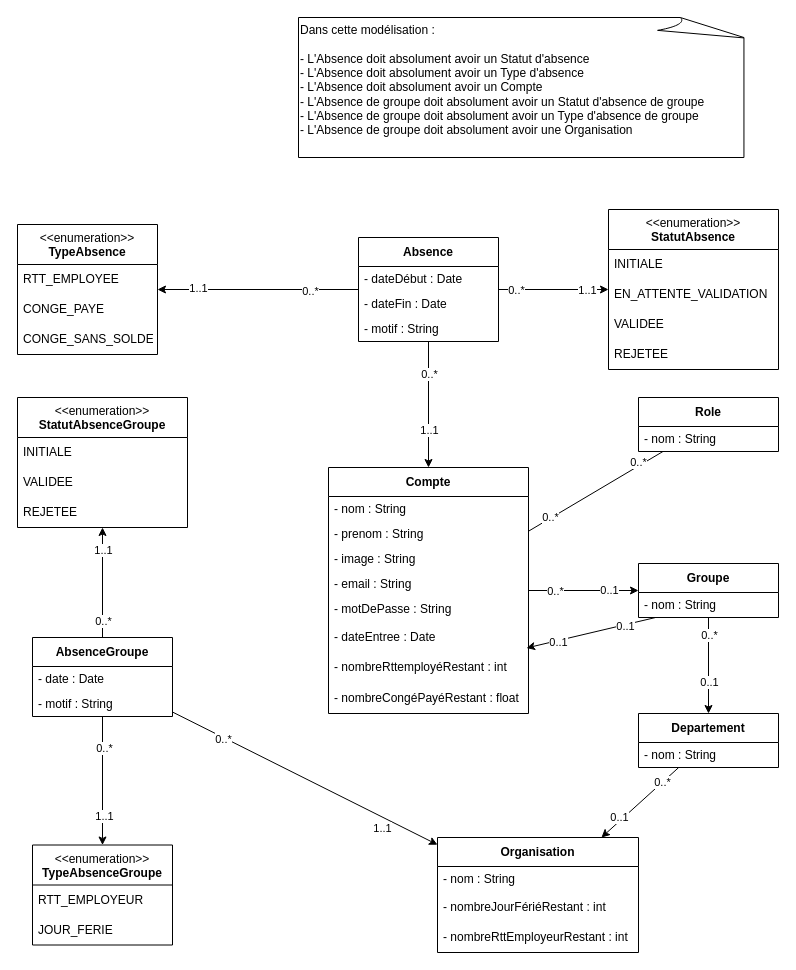
Earlier version of the draw.io diagram Documentation/UML/[Analyse] Diagramme de classes.drawio (otmaneboujlam/RespireV2). Source tidied: cells renumbered, new cells numbered last; positions are measured from the earlier drawing's top-left corner, leaving out a move shared by most shapes. Both pictures are drawn from the tidied source at 100%, with x=0, y=0 at pixel (17, 17).
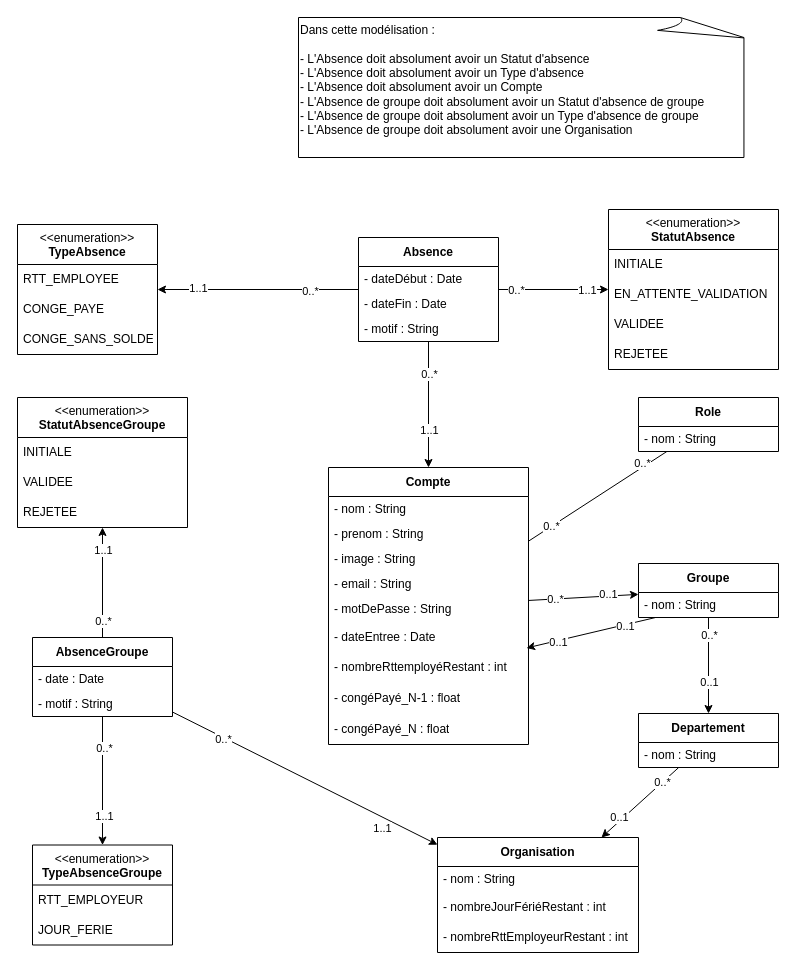
Above is the later version.

What changed in the source:
```diff
@@
     <mxCell id="8" value="Compte" style="swimlane;fontStyle=1;align=center;verticalAlign=middle;horizontal=1;startSize=29;html=1;whiteSpace=wrap;" parent="1" vertex="1">
-      <mxGeometry x="311" y="450" width="200" height="246" as="geometry" />
+      <mxGeometry x="311" y="450" width="200" height="277" as="geometry" />
     </mxCell>
@@
-    <mxCell id="16" value="- nombreCongéPayéRestant : float" style="text;html=1;strokeColor=none;fillColor=none;align=left;verticalAlign=middle;spacingLeft=4;spacingRight=4;overflow=hidden;whiteSpace=wrap;" parent="8" vertex="1">
+    <mxCell id="16" value="- congéPayé_N-1 : float" style="text;html=1;strokeColor=none;fillColor=none;align=left;verticalAlign=middle;spacingLeft=4;spacingRight=4;overflow=hidden;whiteSpace=wrap;" parent="8" vertex="1">
       <mxGeometry y="215" width="200" height="31" as="geometry" />
     </mxCell>
+    <mxCell id="78" value="- congéPayé_N : float" style="text;html=1;strokeColor=none;fillColor=none;align=left;verticalAlign=middle;spacingLeft=4;spacingRight=4;overflow=hidden;whiteSpace=wrap;" parent="8" vertex="1">
+      <mxGeometry y="246" width="200" height="31" as="geometry" />
+    </mxCell>
```
